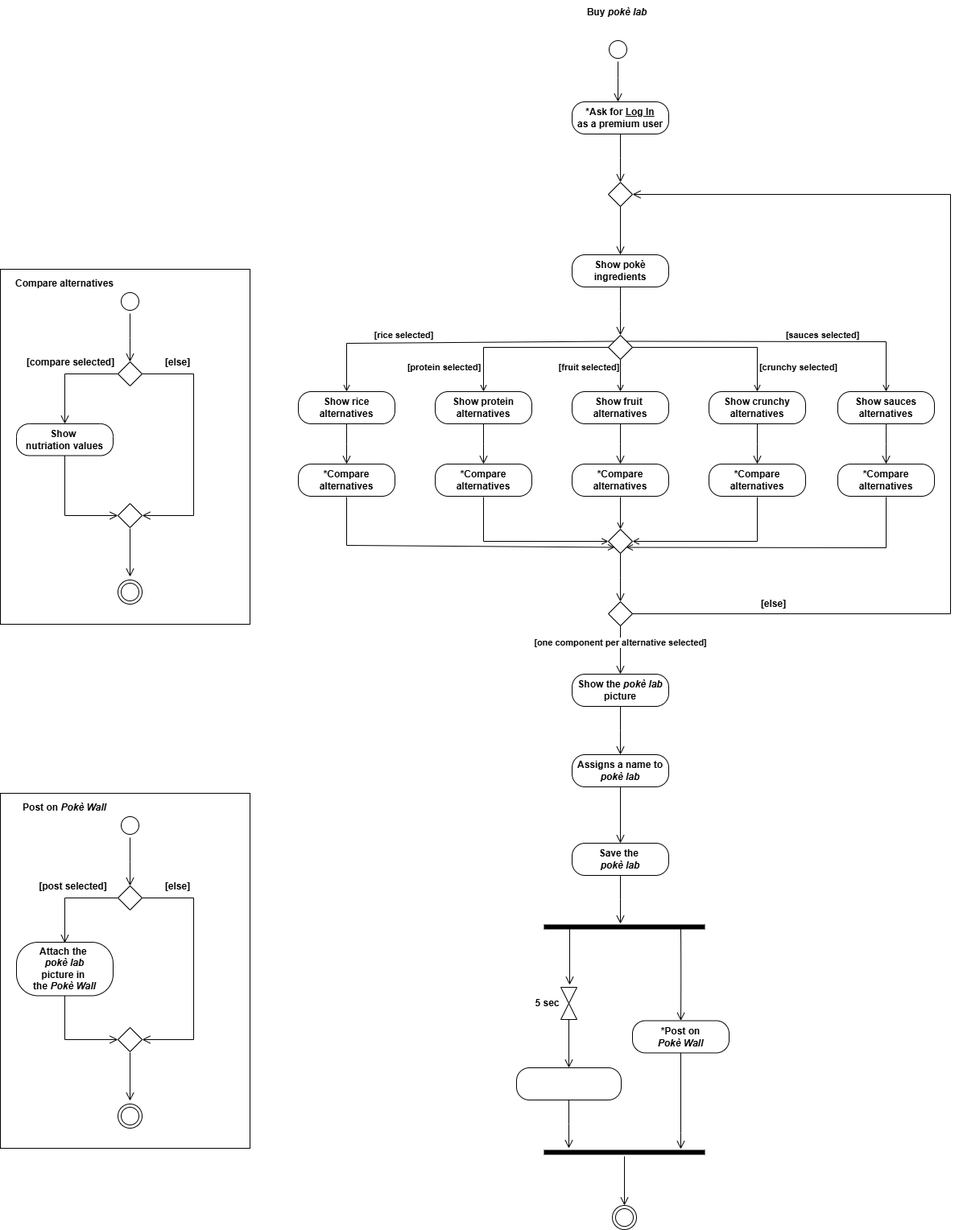
Above: diagrams/ActivityDiagram.drawio.png in matteopinfildi/ISPW-Project (draw.io), before the change. Source tidied: cells renumbered, new cells last; positions are measured from the earlier drawing's top-left corner, leaving out a move shared by most shapes.
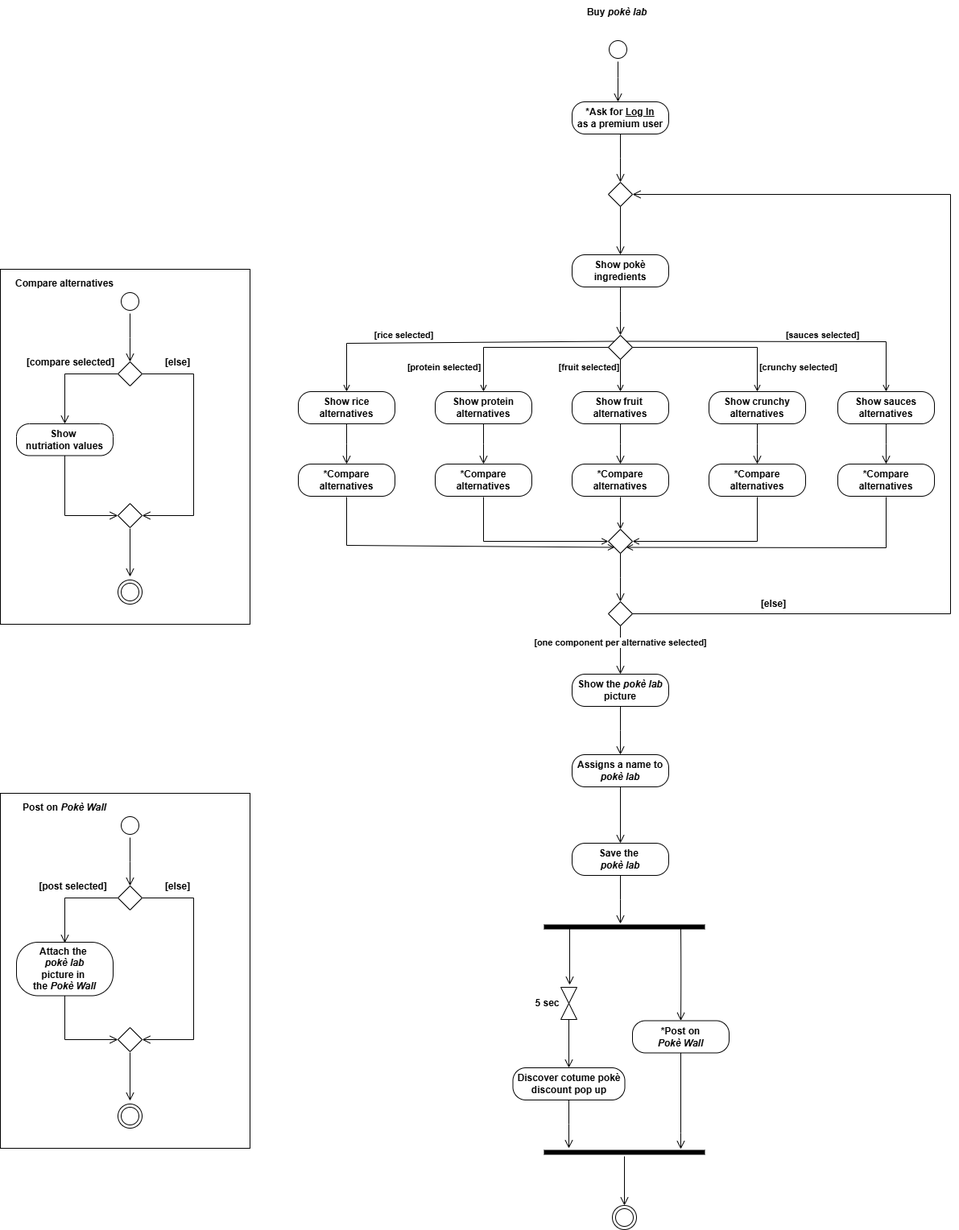
Above is the later version.

Change to the diagram source:
```diff
@@ -240,8 +240,8 @@
         <mxPoint x="706" y="1326" as="targetPoint" />
       </mxGeometry>
     </mxCell>
-    <mxCell id="51" style="rounded=1;whiteSpace=wrap;html=1;arcSize=40;labelBackgroundColor=none;" parent="1" vertex="1">
-      <mxGeometry x="641" y="1326" width="130" height="40" as="geometry" />
+    <mxCell id="51" value="&lt;b&gt;Discover cotume pokè&lt;/b&gt;&lt;div&gt;&lt;b&gt;discount pop up&lt;/b&gt;&lt;/div&gt;" style="rounded=1;whiteSpace=wrap;html=1;arcSize=40;labelBackgroundColor=none;" parent="1" vertex="1">
+      <mxGeometry x="636.5" y="1326" width="139" height="40" as="geometry" />
     </mxCell>
     <mxCell id="52" style="edgeStyle=orthogonalEdgeStyle;html=1;verticalAlign=bottom;endArrow=open;endSize=8;rounded=0;fontSize=12;curved=1;labelBackgroundColor=none;fontColor=default;" parent="1" edge="1" source="51">
       <mxGeometry relative="1" as="geometry">
```
